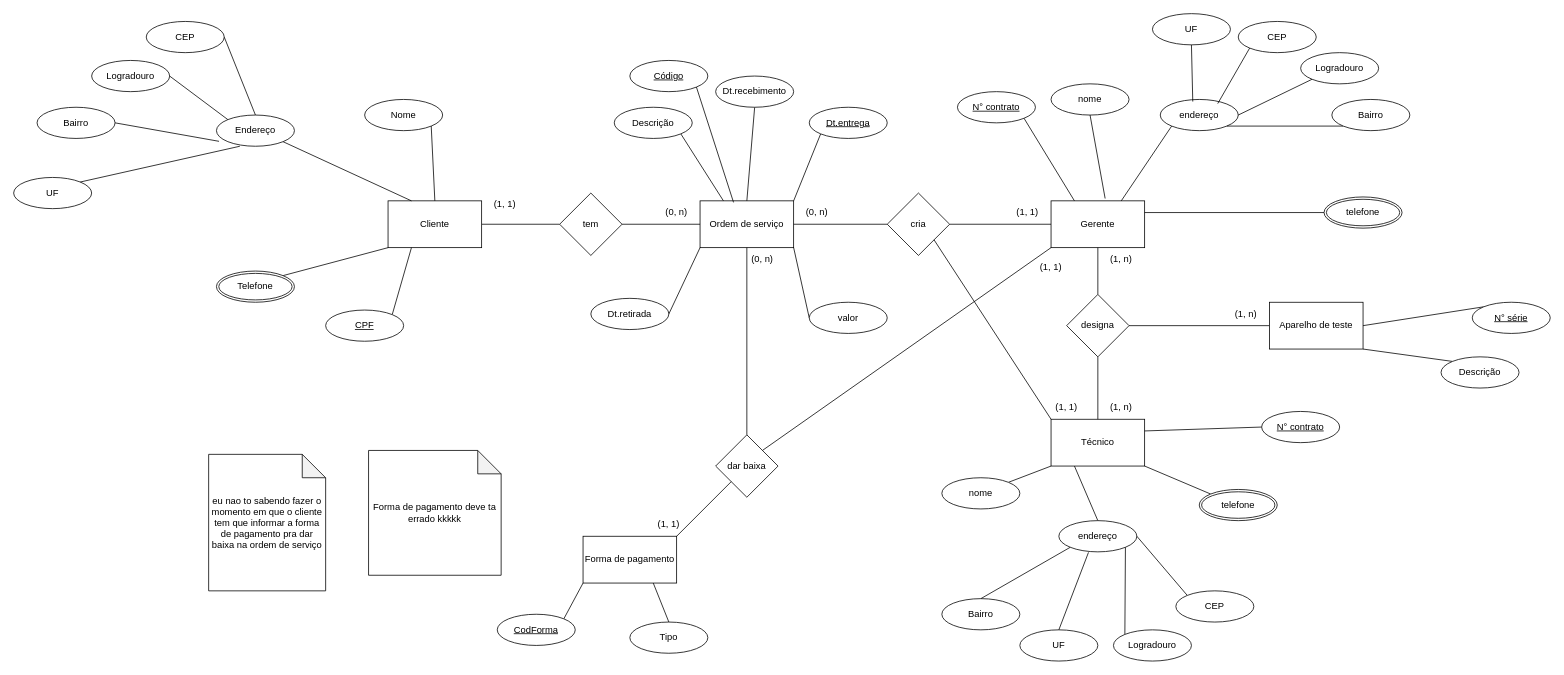
The draw.io diagram Banco de Dados/MER.drawio in thiagoamaral0/CP-Repository, before the edit. Source tidied: cells renumbered, new cells numbered last; positions are measured from the earlier drawing's top-left corner, leaving out a move shared by most shapes. Both pictures are drawn from the tidied source at 78%, with x=0, y=0 at pixel (13, 13).
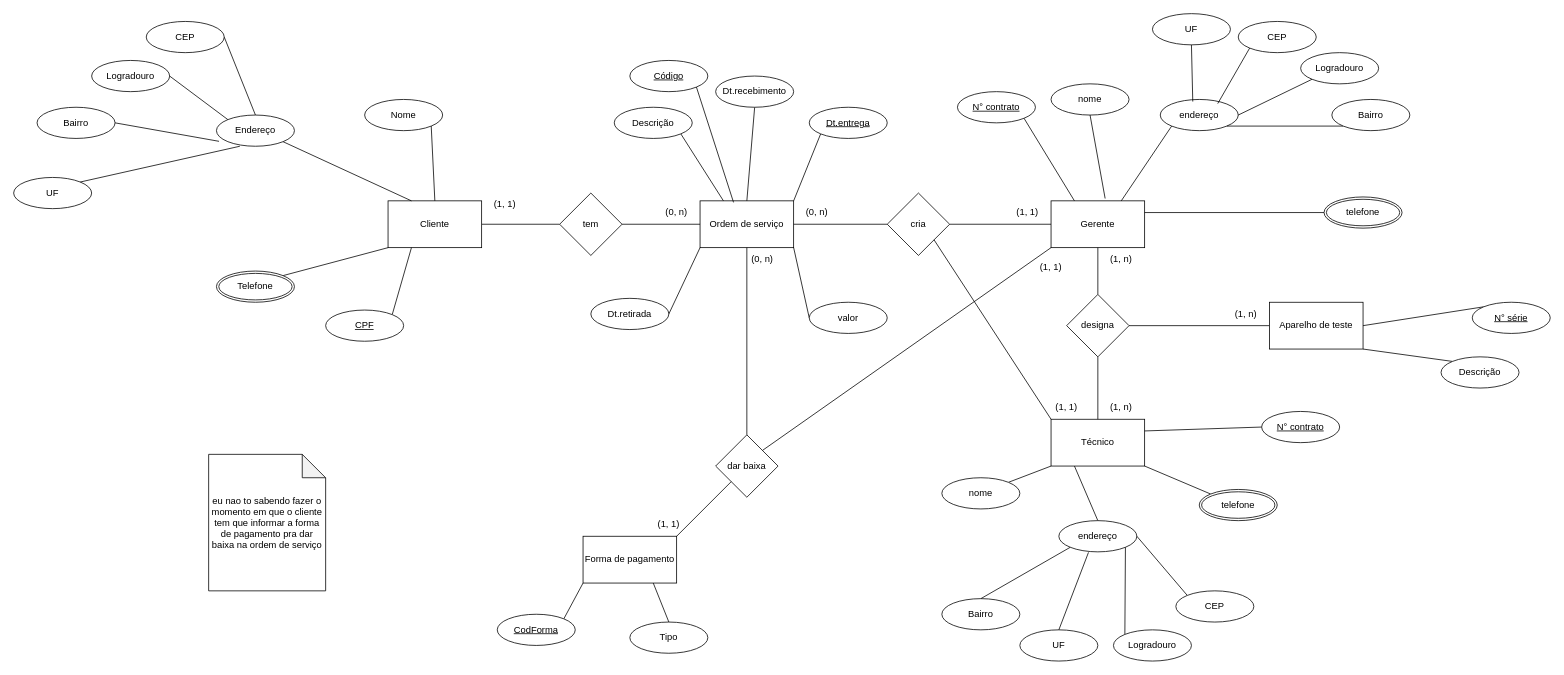
After the change.

Commit message (it also covers changes not shown here):
adicionando arquivo

Diff of the diagram source:
```diff
@@
-    <mxCell id="100" value="Forma de pagamento deve ta errado kkkkk" style="shape=note;whiteSpace=wrap;html=1;backgroundOutline=1;darkOpacity=0.05;" parent="1" vertex="1">
-      <mxGeometry x="455" y="560" width="170" height="160" as="geometry" />
-    </mxCell>
```
